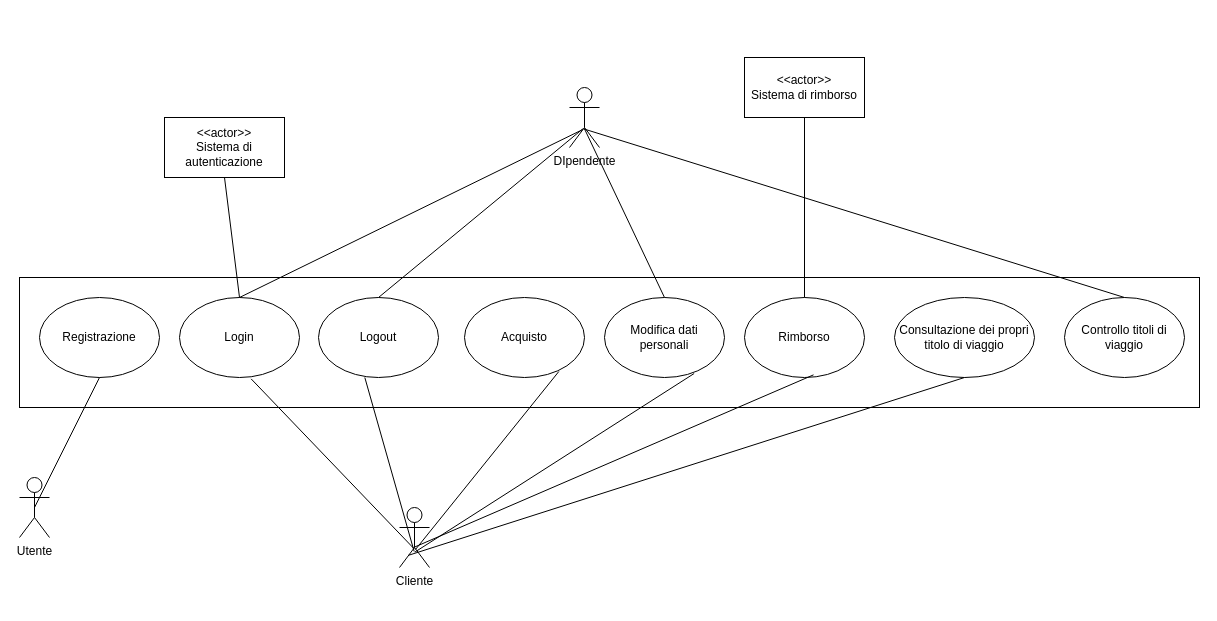
Earlier version of the draw.io diagram Diagrammi/Diagramma Casi d'Uso.drawio (IngSW-unipv/Progetto-K25). Source tidied: cells renumbered, new cells numbered last; positions are measured from the earlier drawing's top-left corner, leaving out a move shared by most shapes. Both pictures are drawn from the tidied source at 100%, with x=0, y=0 at pixel (19, 57).
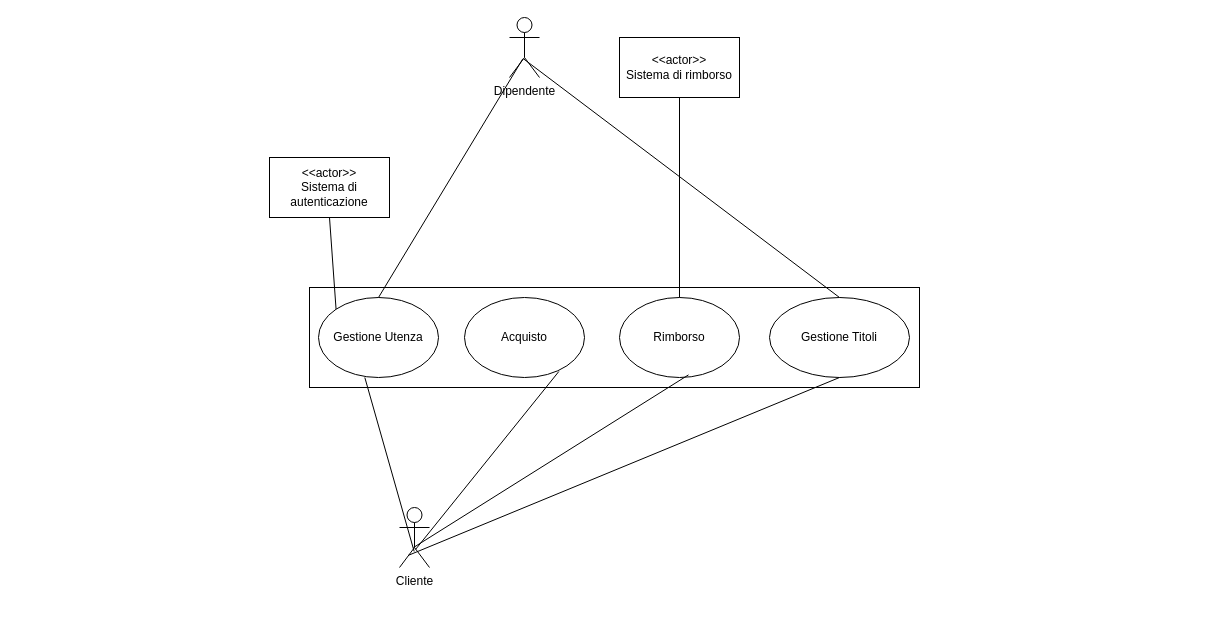
The same page after the edit.

Commit message (it also covers changes not shown here):
Aggiornamento alla versione 2.0

The change refers to these unchanged cells:
```xml
<mxCell id="2" value="Cliente&lt;div&gt;&lt;br&gt;&lt;/div&gt;" style="shape=umlActor;verticalLabelPosition=bottom;verticalAlign=top;html=1;" parent="1" vertex="1">
  <mxGeometry x="380" y="450" width="30" height="60" as="geometry" />
</mxCell>
```

What changed in the source:
```diff
@@
-    <mxCell id="3" value="DIpendente&lt;div&gt;&lt;br&gt;&lt;/div&gt;" style="shape=umlActor;verticalLabelPosition=bottom;verticalAlign=top;html=1;" parent="1" vertex="1">
-      <mxGeometry x="550" y="30" width="30" height="60" as="geometry" />
+    <mxCell id="3" value="&lt;div&gt;Dipendente&lt;/div&gt;&lt;div&gt;&lt;br&gt;&lt;/div&gt;" style="shape=umlActor;verticalLabelPosition=bottom;verticalAlign=top;html=1;" parent="1" vertex="1">
+      <mxGeometry x="490" y="-40" width="30" height="60" as="geometry" />
     </mxCell>
     <mxCell id="4" style="rounded=0;whiteSpace=wrap;html=1;" parent="1" vertex="1">
-      <mxGeometry y="220" width="1180" height="130" as="geometry" />
+      <mxGeometry x="290" y="230" width="610" height="100" as="geometry" />
     </mxCell>
-    <mxCell id="5" value="Login" style="ellipse;whiteSpace=wrap;html=1;" parent="1" vertex="1">
-      <mxGeometry x="160" y="240" width="120" height="80" as="geometry" />
-    </mxCell>
@@
     <mxCell id="7" value="Rimborso" style="ellipse;whiteSpace=wrap;html=1;" parent="1" vertex="1">
-      <mxGeometry x="725" y="240" width="120" height="80" as="geometry" />
+      <mxGeometry x="600" y="240" width="120" height="80" as="geometry" />
     </mxCell>
-    <mxCell id="8" value="Consultazione dei propri titolo di viaggio" style="ellipse;whiteSpace=wrap;html=1;" parent="1" vertex="1">
-      <mxGeometry x="875" y="240" width="140" height="80" as="geometry" />
+    <mxCell id="8" value="Gestione Titoli" style="ellipse;whiteSpace=wrap;html=1;" parent="1" vertex="1">
+      <mxGeometry x="750" y="240" width="140" height="80" as="geometry" />
     </mxCell>
-    <mxCell id="9" value="Modifica dati&lt;div&gt;personali&lt;/div&gt;" style="ellipse;whiteSpace=wrap;html=1;" parent="1" vertex="1">
-      <mxGeometry x="585" y="240" width="120" height="80" as="geometry" />
-    </mxCell>
-    <mxCell id="10" value="Controllo titoli di viaggio" style="ellipse;whiteSpace=wrap;html=1;" parent="1" vertex="1">
-      <mxGeometry x="1045" y="240" width="120" height="80" as="geometry" />
-    </mxCell>
     <mxCell id="11" value="&amp;lt;&amp;lt;actor&amp;gt;&amp;gt;&lt;div&gt;Sistema di autenticazione&lt;/div&gt;" style="rounded=0;whiteSpace=wrap;html=1;" parent="1" vertex="1">
-      <mxGeometry x="145" y="60" width="120" height="60" as="geometry" />
+      <mxGeometry x="250" y="100" width="120" height="60" as="geometry" />
     </mxCell>
-    <mxCell id="12" value="Logout" style="ellipse;whiteSpace=wrap;html=1;" parent="1" vertex="1">
+    <mxCell id="12" value="Gestione Utenza" style="ellipse;whiteSpace=wrap;html=1;" parent="1" vertex="1">
       <mxGeometry x="299" y="240" width="120" height="80" as="geometry" />
     </mxCell>
-    <mxCell id="13" style="endArrow=none;html=1;rounded=0;exitX=0.489;exitY=0.689;exitDx=0;exitDy=0;exitPerimeter=0;entryX=0.597;entryY=1.017;entryDx=0;entryDy=0;entryPerimeter=0;" parent="1" edge="1" source="2" target="5">
-      <mxGeometry relative="1" as="geometry" />
-    </mxCell>
@@
-    <mxCell id="16" style="endArrow=none;html=1;rounded=0;exitX=0.747;exitY=0.95;exitDx=0;exitDy=0;exitPerimeter=0;entryX=0.511;entryY=0.744;entryDx=0;entryDy=0;entryPerimeter=0;" parent="1" edge="1" source="9" target="2">
-      <mxGeometry relative="1" as="geometry" />
-    </mxCell>
@@
-    <mxCell id="18" style="endArrow=none;html=1;rounded=0;exitX=0.5;exitY=0;exitDx=0;exitDy=0;entryX=0.444;entryY=0.7;entryDx=0;entryDy=0;entryPerimeter=0;" parent="1" edge="1" source="5" target="3">
-      <mxGeometry relative="1" as="geometry" />
-    </mxCell>
@@
-    <mxCell id="20" style="endArrow=none;html=1;rounded=0;exitX=0.5;exitY=0;exitDx=0;exitDy=0;entryX=0.489;entryY=0.678;entryDx=0;entryDy=0;entryPerimeter=0;" parent="1" edge="1" source="9" target="3">
-      <mxGeometry relative="1" as="geometry" />
-    </mxCell>
-    <mxCell id="21" style="endArrow=none;html=1;rounded=0;entryX=0.5;entryY=1;entryDx=0;entryDy=0;exitX=0.5;exitY=0;exitDx=0;exitDy=0;" parent="1" edge="1" source="5" target="11">
-      <mxGeometry relative="1" as="geometry" />
-    </mxCell>
-    <mxCell id="22" style="endArrow=none;html=1;rounded=0;entryX=0.467;entryY=0.689;entryDx=0;entryDy=0;entryPerimeter=0;exitX=0.5;exitY=0;exitDx=0;exitDy=0;" parent="1" edge="1" source="10" target="3">
+    <mxCell id="22" style="endArrow=none;html=1;rounded=0;entryX=0.467;entryY=0.689;entryDx=0;entryDy=0;entryPerimeter=0;exitX=0.5;exitY=0;exitDx=0;exitDy=0;" parent="1" edge="1" source="8" target="3">
       <mxGeometry relative="1" as="geometry" />
     </mxCell>
     <mxCell id="23" value="&amp;lt;&amp;lt;actor&amp;gt;&amp;gt;&lt;div&gt;Sistema di rimborso&lt;/div&gt;" style="rounded=0;whiteSpace=wrap;html=1;" parent="1" vertex="1">
-      <mxGeometry x="725" width="120" height="60" as="geometry" />
+      <mxGeometry x="600" y="-20" width="120" height="60" as="geometry" />
     </mxCell>
@@
-    <mxCell id="26" value="Utente" style="shape=umlActor;verticalLabelPosition=bottom;verticalAlign=top;html=1;" parent="1" vertex="1">
-      <mxGeometry y="420" width="30" height="60" as="geometry" />
-    </mxCell>
-    <mxCell id="27" value="Registrazione" style="ellipse;whiteSpace=wrap;html=1;" parent="1" vertex="1">
-      <mxGeometry x="20" y="240" width="120" height="80" as="geometry" />
-    </mxCell>
-    <mxCell id="28" style="endArrow=none;html=1;rounded=0;entryX=0.5;entryY=1;entryDx=0;entryDy=0;exitX=0.5;exitY=0.5;exitDx=0;exitDy=0;exitPerimeter=0;" parent="1" edge="1" source="26" target="27">
-      <mxGeometry relative="1" as="geometry" />
-    </mxCell>
+    <mxCell id="29" style="endArrow=none;html=1;rounded=0;entryX=0.5;entryY=1;entryDx=0;entryDy=0;exitX=0;exitY=0;exitDx=0;exitDy=0;" parent="1" edge="1" source="12" target="11">
+      <mxGeometry relative="1" as="geometry" />
+    </mxCell>
```
